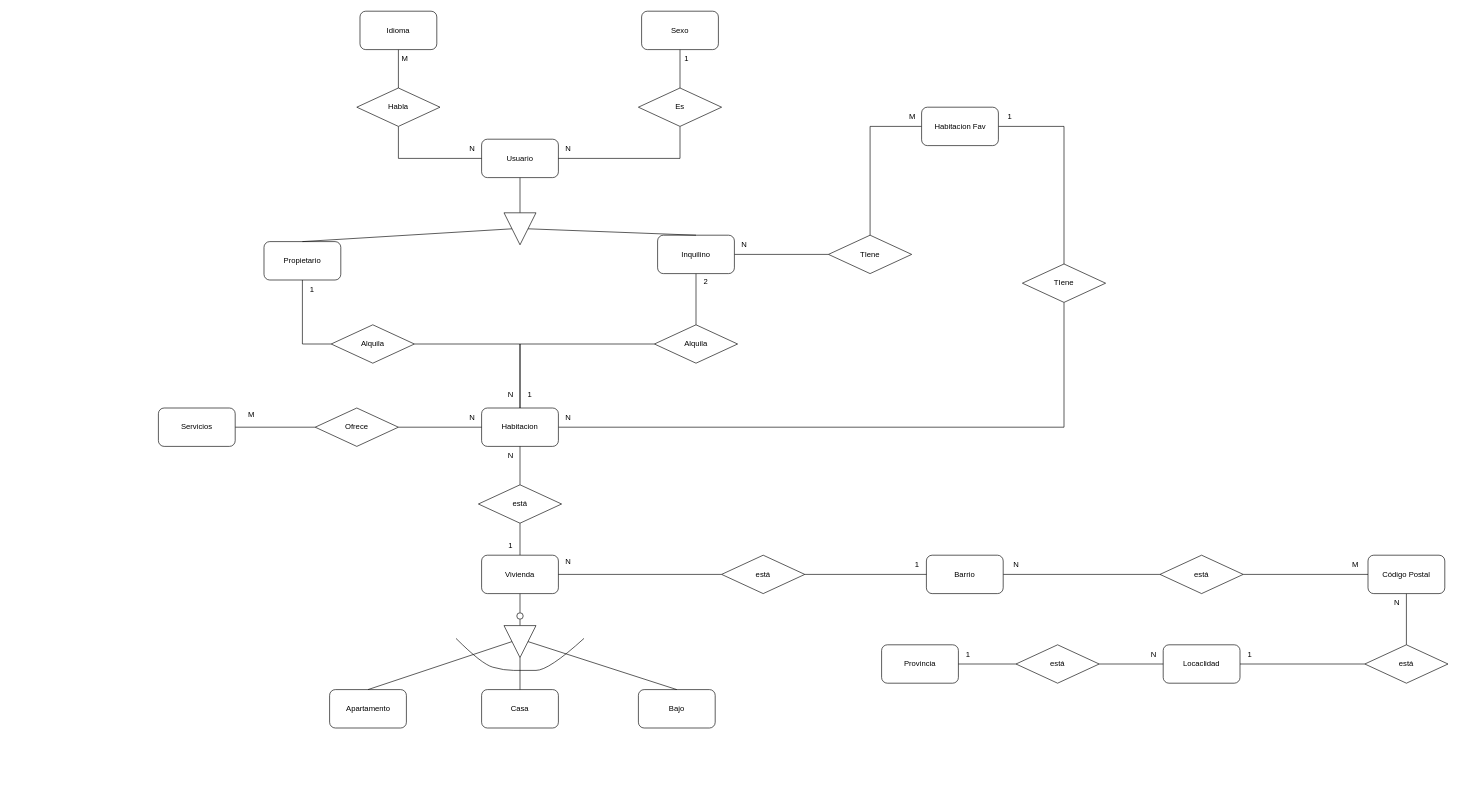
samuelcrb/Rooming keeps this draw.io diagram as page "V1" (1 of 2) of Charts_Rooming.drawio. Above is the earlier version. Source tidied: cells renumbered, new cells numbered last; positions are measured from the earlier drawing's top-left corner, leaving out a move shared by most shapes. Both pictures are drawn from the tidied source at 64%, with x=0, y=0 at pixel (158, 11).
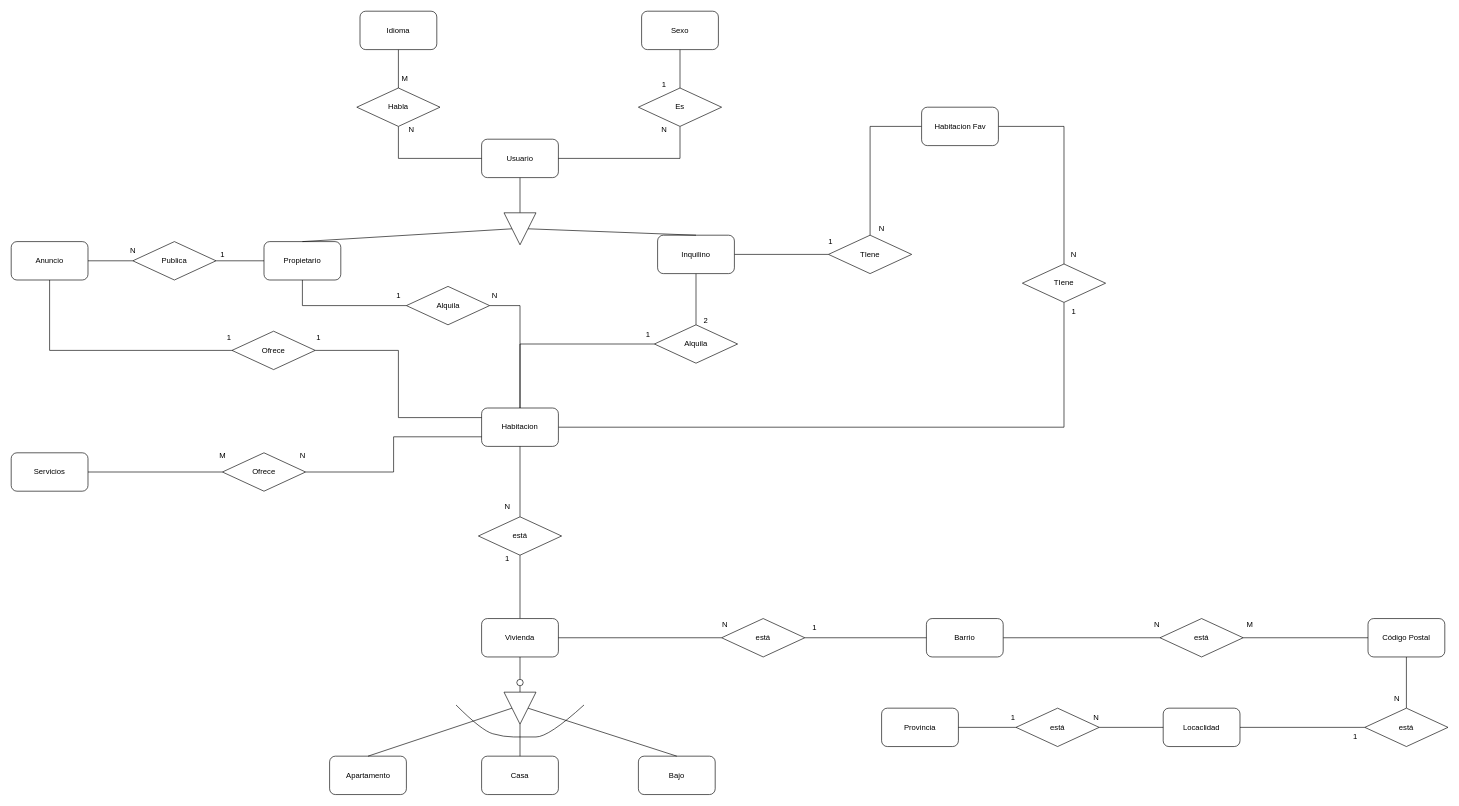
After the change.

Commit message:
design implementations

Unchanged cells that the change refers to:
```xml
<mxCell id="5" value="Propietario" style="rounded=1;whiteSpace=wrap;html=1;" parent="1" vertex="1">
  <mxGeometry x="165" y="360" width="120" height="60" as="geometry" />
</mxCell>
<mxCell id="15" value="Habitacion" style="rounded=1;whiteSpace=wrap;html=1;" parent="1" vertex="1">
  <mxGeometry x="505" y="620" width="120" height="60" as="geometry" />
</mxCell>
<mxCell id="60" value="Alquila" style="rhombus;whiteSpace=wrap;html=1;" parent="1" vertex="1">
  <mxGeometry x="775" y="490" width="130" height="60" as="geometry" />
</mxCell>
```

Change to the diagram source:
```diff
@@
     <mxCell id="13" value="Alquila" style="rhombus;whiteSpace=wrap;html=1;" parent="1" vertex="1">
-      <mxGeometry x="270" y="490" width="130" height="60" as="geometry" />
+      <mxGeometry x="387.5" y="430" width="130" height="60" as="geometry" />
     </mxCell>
@@
-    <mxCell id="28" style="edgeStyle=orthogonalEdgeStyle;rounded=0;jettySize=auto;html=1;entryX=0;entryY=0.5;entryDx=0;entryDy=0;endArrow=none;endFill=0;" parent="1" edge="1" source="29" target="15">
+    <mxCell id="28" style="edgeStyle=orthogonalEdgeStyle;rounded=0;jettySize=auto;html=1;entryX=0;entryY=0.75;entryDx=0;entryDy=0;endArrow=none;endFill=0;" parent="1" edge="1" source="29" target="15">
       <mxGeometry relative="1" as="geometry" />
     </mxCell>
     <mxCell id="29" value="Ofrece" style="rhombus;whiteSpace=wrap;html=1;" parent="1" vertex="1">
-      <mxGeometry x="245" y="620" width="130" height="60" as="geometry" />
+      <mxGeometry x="100" y="690" width="130" height="60" as="geometry" />
     </mxCell>
@@
     <mxCell id="31" value="Servicios" style="rounded=1;whiteSpace=wrap;html=1;" parent="1" vertex="1">
-      <mxGeometry y="620" width="120" height="60" as="geometry" />
+      <mxGeometry x="-230" y="690" width="120" height="60" as="geometry" />
     </mxCell>
     <mxCell id="32" value="N" style="text;html=1;align=center;verticalAlign=middle;strokeColor=none;fillColor=none;" parent="1" vertex="1">
-      <mxGeometry x="475" y="620" width="30" height="30" as="geometry" />
+      <mxGeometry x="210" y="680" width="30" height="30" as="geometry" />
     </mxCell>
@@
     <mxCell id="35" value="está" style="rhombus;whiteSpace=wrap;html=1;" parent="1" vertex="1">
-      <mxGeometry x="500" y="740" width="130" height="60" as="geometry" />
+      <mxGeometry x="500" y="790" width="130" height="60" as="geometry" />
     </mxCell>
     <mxCell id="36" value="Apartamento" style="rounded=1;whiteSpace=wrap;html=1;" parent="1" vertex="1">
-      <mxGeometry x="267.5" y="1060" width="120" height="60" as="geometry" />
+      <mxGeometry x="267.5" y="1164" width="120" height="60" as="geometry" />
     </mxCell>
     <mxCell id="37" value="Bajo" style="rounded=1;whiteSpace=wrap;html=1;" parent="1" vertex="1">
-      <mxGeometry x="750" y="1060" width="120" height="60" as="geometry" />
+      <mxGeometry x="750" y="1164" width="120" height="60" as="geometry" />
     </mxCell>
     <mxCell id="38" value="Casa" style="rounded=1;whiteSpace=wrap;html=1;" parent="1" vertex="1">
-      <mxGeometry x="505" y="1060" width="120" height="60" as="geometry" />
+      <mxGeometry x="505" y="1164" width="120" height="60" as="geometry" />
     </mxCell>
@@
     <mxCell id="40" value="Vivienda" style="rounded=1;whiteSpace=wrap;html=1;" parent="1" vertex="1">
-      <mxGeometry x="505" y="850" width="120" height="60" as="geometry" />
+      <mxGeometry x="505" y="949" width="120" height="60" as="geometry" />
     </mxCell>
@@
     <mxCell id="42" style="ellipse;whiteSpace=wrap;html=1;" parent="1" vertex="1">
-      <mxGeometry x="560" y="940" width="10" height="10" as="geometry" />
+      <mxGeometry x="560" y="1044" width="10" height="10" as="geometry" />
     </mxCell>
@@
     <mxCell id="46" style="triangle;whiteSpace=wrap;html=1;rotation=90;" parent="1" vertex="1">
-      <mxGeometry x="540" y="960" width="50" height="50" as="geometry" />
+      <mxGeometry x="540" y="1064" width="50" height="50" as="geometry" />
     </mxCell>
     <mxCell id="47" style="curved=1;endArrow=none;html=1;rounded=0;endFill=0;" parent="1" edge="1">
       <mxGeometry relative="1" as="geometry">
-        <mxPoint x="465" y="980" as="sourcePoint" />
-        <mxPoint x="665" y="980" as="targetPoint" />
+        <mxPoint x="465" y="1084" as="sourcePoint" />
+        <mxPoint x="665" y="1084" as="targetPoint" />
         <Array as="points">
-          <mxPoint x="505" y="1020" />
-          <mxPoint x="540" y="1030" />
-          <mxPoint x="570" y="1030" />
-          <mxPoint x="610" y="1030" />
+          <mxPoint x="505" y="1124" />
+          <mxPoint x="540" y="1134" />
+          <mxPoint x="570" y="1134" />
+          <mxPoint x="610" y="1134" />
         </Array>
       </mxGeometry>
     </mxCell>
     <mxCell id="48" value="Provincia" style="rounded=1;whiteSpace=wrap;html=1;" parent="1" vertex="1">
-      <mxGeometry x="1130" y="990" width="120" height="60" as="geometry" />
+      <mxGeometry x="1130" y="1089" width="120" height="60" as="geometry" />
     </mxCell>
@@
     <mxCell id="50" value="Barrio" style="rounded=1;whiteSpace=wrap;html=1;" parent="1" vertex="1">
-      <mxGeometry x="1200" y="850" width="120" height="60" as="geometry" />
+      <mxGeometry x="1200" y="949" width="120" height="60" as="geometry" />
     </mxCell>
     <mxCell id="51" value="Locaclidad" style="rounded=1;whiteSpace=wrap;html=1;" parent="1" vertex="1">
-      <mxGeometry x="1570" y="990" width="120" height="60" as="geometry" />
+      <mxGeometry x="1570" y="1089" width="120" height="60" as="geometry" />
     </mxCell>
@@
     <mxCell id="53" value="Código Postal" style="rounded=1;whiteSpace=wrap;html=1;" parent="1" vertex="1">
-      <mxGeometry x="1890" y="850" width="120" height="60" as="geometry" />
+      <mxGeometry x="1890" y="949" width="120" height="60" as="geometry" />
     </mxCell>
-    <mxCell id="54" style="edgeStyle=none;rounded=0;jettySize=auto;html=1;entryX=1;entryY=0.5;entryDx=0;entryDy=0;endArrow=none;endFill=0;" parent="1" edge="1" source="56" target="40">
+    <mxCell id="54" style="edgeStyle=none;rounded=0;jettySize=auto;html=1;entryX=1;entryY=0.5;entryDx=0;entryDy=0;endArrow=none;endFill=0;exitX=0;exitY=0.5;exitDx=0;exitDy=0;" parent="1" edge="1" source="56" target="40">
       <mxGeometry relative="1" as="geometry" />
     </mxCell>
@@
     <mxCell id="56" value="está" style="rhombus;whiteSpace=wrap;html=1;" parent="1" vertex="1">
-      <mxGeometry x="880" y="850" width="130" height="60" as="geometry" />
+      <mxGeometry x="880" y="949" width="130" height="60" as="geometry" />
     </mxCell>
@@
-    <mxCell id="58" value="1" style="text;html=1;align=center;verticalAlign=middle;strokeColor=none;fillColor=none;" parent="1" vertex="1">
-      <mxGeometry x="1320" y="155" width="20" height="20" as="geometry" />
+    <mxCell id="58" value="N" style="text;html=1;align=center;verticalAlign=middle;strokeColor=none;fillColor=none;" parent="1" vertex="1">
+      <mxGeometry x="1420" y="370" width="20" height="20" as="geometry" />
     </mxCell>
-    <mxCell id="59" style="edgeStyle=orthogonalEdgeStyle;rounded=0;jettySize=auto;html=1;exitX=0;exitY=0.5;exitDx=0;exitDy=0;entryX=0.5;entryY=0;entryDx=0;entryDy=0;endArrow=none;endFill=0;" parent="1" edge="1" source="60" target="15">
-      <mxGeometry relative="1" as="geometry" />
-    </mxCell>
@@
     <mxCell id="62" value="está" style="rhombus;whiteSpace=wrap;html=1;" parent="1" vertex="1">
-      <mxGeometry x="1565" y="850" width="130" height="60" as="geometry" />
+      <mxGeometry x="1565" y="949" width="130" height="60" as="geometry" />
     </mxCell>
@@
     <mxCell id="64" value="está" style="rhombus;whiteSpace=wrap;html=1;" parent="1" vertex="1">
-      <mxGeometry x="1885" y="990" width="130" height="60" as="geometry" />
+      <mxGeometry x="1885" y="1089" width="130" height="60" as="geometry" />
     </mxCell>
@@
     <mxCell id="67" value="está" style="rhombus;whiteSpace=wrap;html=1;" parent="1" vertex="1">
-      <mxGeometry x="1340" y="990" width="130" height="60" as="geometry" />
+      <mxGeometry x="1340" y="1089" width="130" height="60" as="geometry" />
     </mxCell>
     <mxCell id="68" value="N" style="text;html=1;align=center;verticalAlign=middle;strokeColor=none;fillColor=none;" parent="1" vertex="1">
-      <mxGeometry x="1330" y="855" width="20" height="20" as="geometry" />
+      <mxGeometry x="1550" y="949" width="20" height="20" as="geometry" />
     </mxCell>
     <mxCell id="69" value="N" style="text;html=1;align=center;verticalAlign=middle;strokeColor=none;fillColor=none;" parent="1" vertex="1">
-      <mxGeometry x="475" y="200" width="30" height="30" as="geometry" />
+      <mxGeometry x="380" y="170" width="30" height="30" as="geometry" />
     </mxCell>
     <mxCell id="70" value="M" style="text;html=1;align=center;verticalAlign=middle;strokeColor=none;fillColor=none;" parent="1" vertex="1">
-      <mxGeometry x="370" y="60" width="30" height="30" as="geometry" />
+      <mxGeometry x="370" y="90" width="30" height="30" as="geometry" />
     </mxCell>
     <mxCell id="71" value="N" style="text;html=1;align=center;verticalAlign=middle;strokeColor=none;fillColor=none;" parent="1" vertex="1">
-      <mxGeometry x="625" y="200" width="30" height="30" as="geometry" />
+      <mxGeometry x="775" y="170" width="30" height="30" as="geometry" />
     </mxCell>
     <mxCell id="72" value="1" style="text;html=1;align=center;verticalAlign=middle;strokeColor=none;fillColor=none;" parent="1" vertex="1">
-      <mxGeometry x="810" y="60" width="30" height="30" as="geometry" />
+      <mxGeometry x="775" y="100" width="30" height="30" as="geometry" />
     </mxCell>
     <mxCell id="73" value="1" style="text;html=1;align=center;verticalAlign=middle;strokeColor=none;fillColor=none;" parent="1" vertex="1">
-      <mxGeometry x="225" y="420" width="30" height="30" as="geometry" />
+      <mxGeometry x="360" y="430" width="30" height="30" as="geometry" />
     </mxCell>
     <mxCell id="74" value="N" style="text;html=1;align=center;verticalAlign=middle;strokeColor=none;fillColor=none;" parent="1" vertex="1">
-      <mxGeometry x="535" y="585" width="30" height="30" as="geometry" />
+      <mxGeometry x="510" y="430" width="30" height="30" as="geometry" />
     </mxCell>
-    <mxCell id="75" value="1" style="text;html=1;align=center;verticalAlign=middle;strokeColor=none;fillColor=none;" parent="1" vertex="1">
-      <mxGeometry x="565" y="585" width="30" height="30" as="geometry" />
-    </mxCell>
     <mxCell id="76" value="&lt;div&gt;2&lt;/div&gt;&lt;div&gt;&lt;br&gt;&lt;/div&gt;" style="text;html=1;align=center;verticalAlign=middle;strokeColor=none;fillColor=none;" parent="1" vertex="1">
-      <mxGeometry x="840" y="410" width="30" height="40" as="geometry" />
+      <mxGeometry x="840" y="470" width="30" height="40" as="geometry" />
     </mxCell>
-    <mxCell id="77" value="N" style="text;html=1;align=center;verticalAlign=middle;strokeColor=none;fillColor=none;" parent="1" vertex="1">
-      <mxGeometry x="900" y="350" width="30" height="30" as="geometry" />
+    <mxCell id="77" value="1" style="text;html=1;align=center;verticalAlign=middle;strokeColor=none;fillColor=none;" parent="1" vertex="1">
+      <mxGeometry x="1040" y="350" width="20" height="20" as="geometry" />
     </mxCell>
-    <mxCell id="78" value="&lt;div&gt;M&lt;/div&gt;" style="text;html=1;align=center;verticalAlign=middle;strokeColor=none;fillColor=none;" parent="1" vertex="1">
-      <mxGeometry x="1162.5" y="150" width="30" height="30" as="geometry" />
+    <mxCell id="78" value="&lt;div&gt;N&lt;/div&gt;" style="text;html=1;align=center;verticalAlign=middle;strokeColor=none;fillColor=none;" parent="1" vertex="1">
+      <mxGeometry x="1120" y="330" width="20" height="20" as="geometry" />
     </mxCell>
     <mxCell id="79" value="M" style="text;html=1;align=center;verticalAlign=middle;strokeColor=none;fillColor=none;" parent="1" vertex="1">
-      <mxGeometry x="130" y="615" width="30" height="30" as="geometry" />
+      <mxGeometry x="85" y="680" width="30" height="30" as="geometry" />
     </mxCell>
     <mxCell id="80" value="1" style="text;html=1;align=center;verticalAlign=middle;strokeColor=none;fillColor=none;" parent="1" vertex="1">
-      <mxGeometry x="535" y="820" width="30" height="30" as="geometry" />
+      <mxGeometry x="530" y="840" width="30" height="30" as="geometry" />
     </mxCell>
     <mxCell id="81" value="&lt;div&gt;N&lt;/div&gt;" style="text;html=1;align=center;verticalAlign=middle;strokeColor=none;fillColor=none;" parent="1" vertex="1">
-      <mxGeometry x="535" y="680" width="30" height="30" as="geometry" />
+      <mxGeometry x="530" y="760" width="30" height="30" as="geometry" />
     </mxCell>
     <mxCell id="82" value="1" style="text;html=1;align=center;verticalAlign=middle;strokeColor=none;fillColor=none;" parent="1" vertex="1">
-      <mxGeometry x="1250" y="990" width="30" height="30" as="geometry" />
+      <mxGeometry x="1320" y="1089" width="30" height="30" as="geometry" />
     </mxCell>
     <mxCell id="83" value="&lt;div&gt;N&lt;/div&gt;" style="text;html=1;align=center;verticalAlign=middle;strokeColor=none;fillColor=none;" parent="1" vertex="1">
-      <mxGeometry x="1540" y="990" width="30" height="30" as="geometry" />
+      <mxGeometry x="1450" y="1089" width="30" height="30" as="geometry" />
     </mxCell>
     <mxCell id="84" value="1" style="text;html=1;align=center;verticalAlign=middle;strokeColor=none;fillColor=none;" parent="1" vertex="1">
-      <mxGeometry x="1690" y="990" width="30" height="30" as="geometry" />
+      <mxGeometry x="1855" y="1119" width="30" height="30" as="geometry" />
     </mxCell>
     <mxCell id="85" value="N" style="text;html=1;align=center;verticalAlign=middle;strokeColor=none;fillColor=none;" parent="1" vertex="1">
-      <mxGeometry x="1920" y="910" width="30" height="30" as="geometry" />
+      <mxGeometry x="1920" y="1059" width="30" height="30" as="geometry" />
     </mxCell>
     <mxCell id="86" value="1" style="text;html=1;align=center;verticalAlign=middle;strokeColor=none;fillColor=none;" parent="1" vertex="1">
-      <mxGeometry x="1170" y="850" width="30" height="30" as="geometry" />
+      <mxGeometry x="1010" y="949" width="30" height="30" as="geometry" />
     </mxCell>
     <mxCell id="87" value="&lt;div&gt;N&lt;/div&gt;" style="text;html=1;align=center;verticalAlign=middle;strokeColor=none;fillColor=none;" parent="1" vertex="1">
-      <mxGeometry x="625" y="845" width="30" height="30" as="geometry" />
+      <mxGeometry x="870" y="944" width="30" height="30" as="geometry" />
     </mxCell>
     <mxCell id="88" value="M" style="text;html=1;align=center;verticalAlign=middle;strokeColor=none;fillColor=none;" parent="1" vertex="1">
-      <mxGeometry x="1855" y="855" width="30" height="20" as="geometry" />
+      <mxGeometry x="1690" y="949" width="30" height="20" as="geometry" />
     </mxCell>
-    <mxCell id="89" value="N" style="text;html=1;align=center;verticalAlign=middle;strokeColor=none;fillColor=none;" parent="1" vertex="1">
-      <mxGeometry x="630" y="625" width="20" height="20" as="geometry" />
+    <mxCell id="89" value="1" style="text;html=1;align=center;verticalAlign=middle;strokeColor=none;fillColor=none;" parent="1" vertex="1">
+      <mxGeometry x="1420" y="460" width="20" height="20" as="geometry" />
     </mxCell>
+    <mxCell id="90" style="edgeStyle=none;html=1;entryX=0;entryY=0.5;entryDx=0;entryDy=0;endArrow=none;endFill=0;" parent="1" edge="1" source="91" target="93">
+      <mxGeometry relative="1" as="geometry" />
+    </mxCell>
+    <mxCell id="91" value="Anuncio" style="rounded=1;whiteSpace=wrap;html=1;" parent="1" vertex="1">
+      <mxGeometry x="-230" y="360" width="120" height="60" as="geometry" />
+    </mxCell>
+    <mxCell id="92" style="edgeStyle=none;html=1;entryX=0;entryY=0.5;entryDx=0;entryDy=0;endArrow=none;endFill=0;" parent="1" edge="1" source="93" target="5">
+      <mxGeometry relative="1" as="geometry" />
+    </mxCell>
+    <mxCell id="93" value="Publica" style="rhombus;whiteSpace=wrap;html=1;" parent="1" vertex="1">
+      <mxGeometry x="-40" y="360" width="130" height="60" as="geometry" />
+    </mxCell>
+    <mxCell id="94" value="1" style="text;html=1;align=center;verticalAlign=middle;strokeColor=none;fillColor=none;" parent="1" vertex="1">
+      <mxGeometry x="90" y="370" width="20" height="20" as="geometry" />
+    </mxCell>
+    <mxCell id="95" value="N" style="text;html=1;align=center;verticalAlign=middle;strokeColor=none;fillColor=none;" parent="1" vertex="1">
+      <mxGeometry x="-50" y="365" width="20" height="20" as="geometry" />
+    </mxCell>
+    <mxCell id="96" style="edgeStyle=orthogonalEdgeStyle;html=1;entryX=0;entryY=0.25;entryDx=0;entryDy=0;endArrow=none;endFill=0;rounded=0;" parent="1" edge="1" source="98" target="15">
+      <mxGeometry relative="1" as="geometry" />
+    </mxCell>
+    <mxCell id="97" style="edgeStyle=orthogonalEdgeStyle;rounded=0;html=1;entryX=0.5;entryY=1;entryDx=0;entryDy=0;endArrow=none;endFill=0;" parent="1" edge="1" source="98" target="91">
+      <mxGeometry relative="1" as="geometry" />
+    </mxCell>
+    <mxCell id="98" value="Ofrece" style="rhombus;whiteSpace=wrap;html=1;" parent="1" vertex="1">
+      <mxGeometry x="115" y="500" width="130" height="60" as="geometry" />
+    </mxCell>
+    <mxCell id="75" value="1" style="text;html=1;align=center;verticalAlign=middle;strokeColor=none;fillColor=none;" parent="1" vertex="1">
+      <mxGeometry x="750" y="490" width="30" height="30" as="geometry" />
+    </mxCell>
+    <mxCell id="59" style="edgeStyle=orthogonalEdgeStyle;rounded=0;jettySize=auto;html=1;exitX=0;exitY=0.5;exitDx=0;exitDy=0;entryX=0.5;entryY=0;entryDx=0;entryDy=0;endArrow=none;endFill=0;" parent="1" edge="1" source="60" target="15">
+      <mxGeometry relative="1" as="geometry" />
+    </mxCell>
+    <mxCell id="99" value="1" style="text;html=1;align=center;verticalAlign=middle;strokeColor=none;fillColor=none;" parent="1" vertex="1">
+      <mxGeometry x="100" y="500" width="20" height="20" as="geometry" />
+    </mxCell>
+    <mxCell id="100" value="1" style="text;html=1;align=center;verticalAlign=middle;strokeColor=none;fillColor=none;" parent="1" vertex="1">
+      <mxGeometry x="240" y="500" width="20" height="20" as="geometry" />
+    </mxCell>
```
